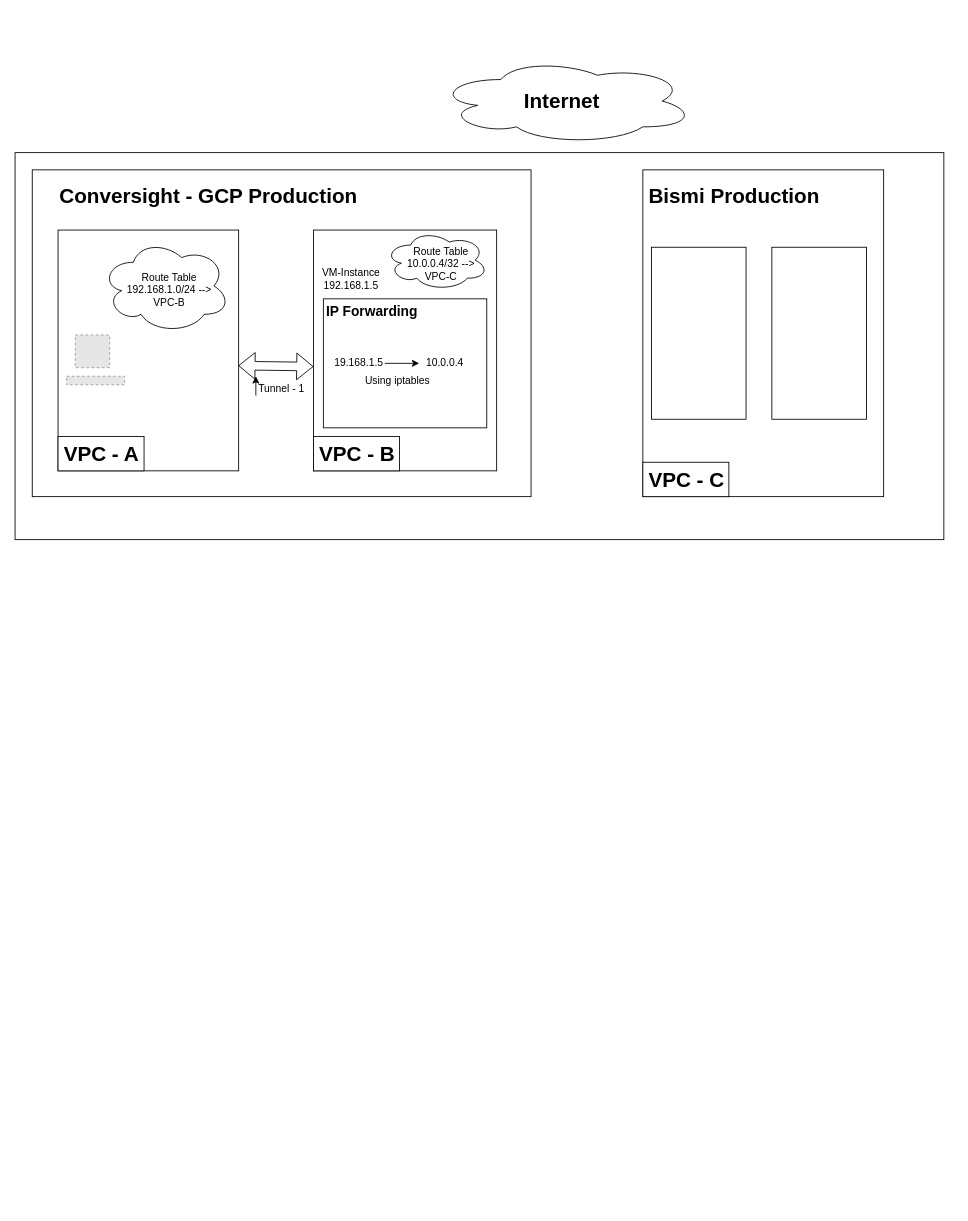
The draw.io diagram A-B-C Vpn Tunnel for GCP.drawio in mahesh-vijay/draw.io, before the edit. Source tidied: cells renumbered, new cells numbered last; positions are measured from the earlier drawing's top-left corner, leaving out a move shared by most shapes. Both pictures are drawn from the tidied source at 86%, with x=0, y=0 at pixel (15, 58). Pictures stored in the file or linked from it are replaced by grey dashed boxes.
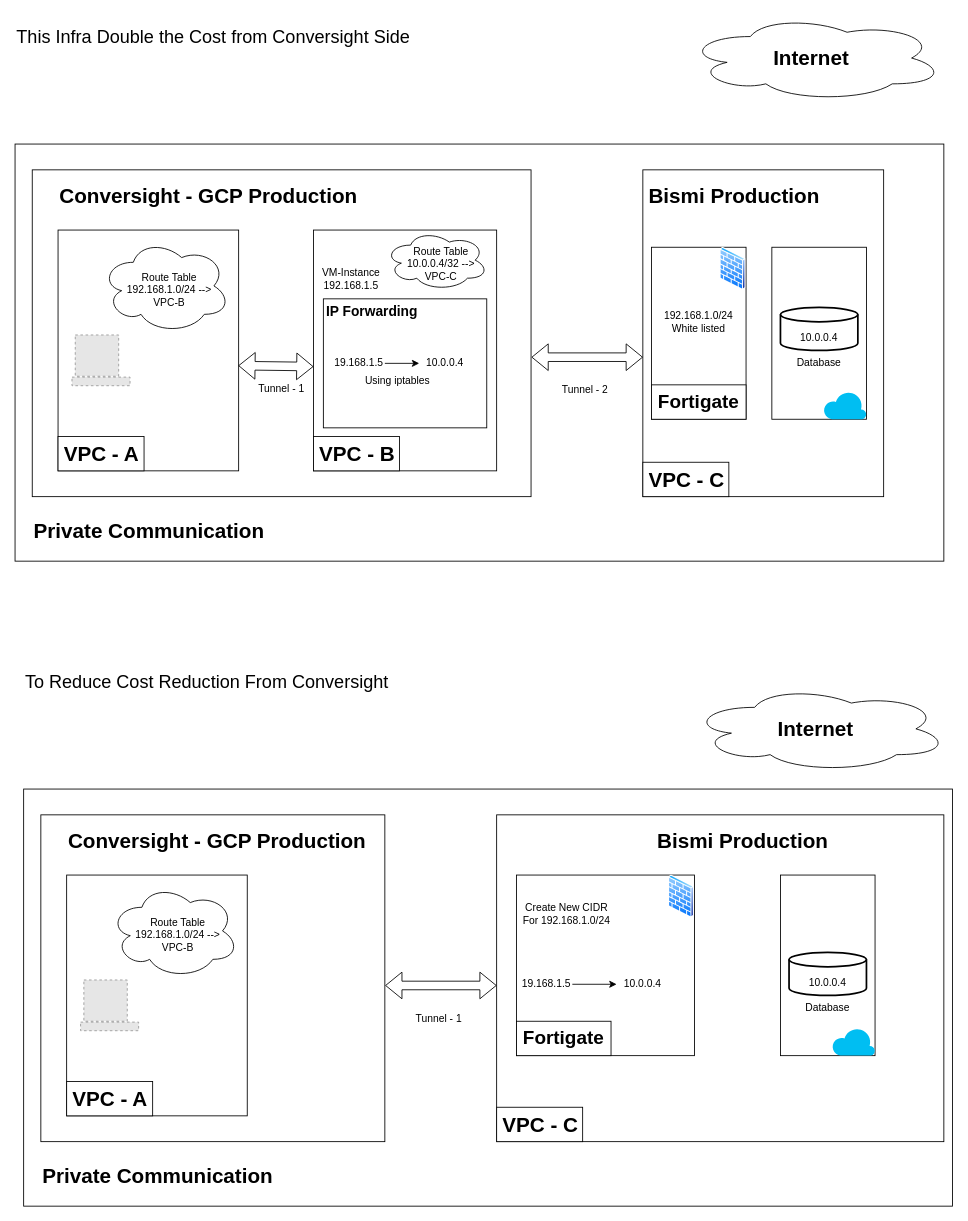
The same diagram, later.

Unchanged cells that the change refers to:
```xml
<mxCell id="26" value="Tunnel - 1" style="text;html=1;align=center;verticalAlign=middle;whiteSpace=wrap;rounded=0;" parent="1" vertex="1">
  <mxGeometry x="280" y="370" width="60" height="30" as="geometry" />
</mxCell>
```

What changed in the source:
```diff
@@
     <mxCell id="2" style="rounded=0;whiteSpace=wrap;html=1;" parent="1" vertex="1">
-      <mxGeometry y="110" width="1080" height="450" as="geometry" />
+      <mxGeometry y="100" width="1080" height="485" as="geometry" />
     </mxCell>
@@
     <mxCell id="17" style="fillColor=#E6E6E6;strokeColor=#999999;dashed=1;html=1;verticalLabelPosition=bottom;labelBackgroundColor=#ffffff;verticalAlign=top;fontColor=default;" parent="1" vertex="1">
-      <mxGeometry x="70" y="322" width="40" height="38" as="geometry" />
+      <mxGeometry x="70" y="322" width="50.5" height="48" as="geometry" />
     </mxCell>
     <mxCell id="18" style="fillColor=#E6E6E6;strokeColor=#999999;dashed=1;html=1;verticalLabelPosition=bottom;labelBackgroundColor=#ffffff;verticalAlign=top;fontColor=default;" parent="1" vertex="1">
-      <mxGeometry x="60" y="370" width="67.5" height="10" as="geometry" />
+      <mxGeometry x="66.2" y="371" width="67.5" height="10" as="geometry" />
     </mxCell>
@@
-    <mxCell id="27" style="edgeStyle=orthogonalEdgeStyle;rounded=0;orthogonalLoop=1;jettySize=auto;html=1;exitX=0;exitY=0.75;exitDx=0;exitDy=0;entryX=0;entryY=0;entryDx=0;entryDy=0;" parent="1" edge="1" source="26" target="26">
-      <mxGeometry relative="1" as="geometry" />
-    </mxCell>
     <mxCell id="28" style="ellipse;shape=cloud;whiteSpace=wrap;html=1;" parent="1" vertex="1">
-      <mxGeometry x="490" width="300" height="100" as="geometry" />
+      <mxGeometry x="780" y="-50" width="300" height="100" as="geometry" />
     </mxCell>
     <mxCell id="29" value="&lt;h1 style=&quot;margin-top: 0px;&quot;&gt;Internet&lt;/h1&gt;" style="text;html=1;whiteSpace=wrap;overflow=hidden;rounded=0;" parent="1" vertex="1">
-      <mxGeometry x="590" y="30" width="110" height="50" as="geometry" />
+      <mxGeometry x="880" y="-20" width="110" height="50" as="geometry" />
     </mxCell>
@@
+    <mxCell id="36" style="image;perimeter=ellipsePerimeter;html=1;align=center;shadow=0;dashed=0;spacingTop=3;image=img/lib/active_directory/firewall.svg;" parent="1" vertex="1">
+      <mxGeometry x="819.5" y="220" width="30.5" height="50" as="geometry" />
+    </mxCell>
+    <mxCell id="37" style="rounded=0;whiteSpace=wrap;html=1;" parent="1" vertex="1">
+      <mxGeometry x="740" y="380" width="110" height="40" as="geometry" />
+    </mxCell>
+    <mxCell id="38" value="&lt;h1 style=&quot;margin-top: 0px;&quot;&gt;Fortigate&lt;/h1&gt;" style="text;html=1;whiteSpace=wrap;overflow=hidden;rounded=0;fontSize=11;align=center;" parent="1" vertex="1">
+      <mxGeometry x="740" y="380" width="110" height="40" as="geometry" />
+    </mxCell>
+    <mxCell id="39" style="strokeWidth=2;html=1;shape=mxgraph.flowchart.database;whiteSpace=wrap;" parent="1" vertex="1">
+      <mxGeometry x="890" y="290" width="90" height="50" as="geometry" />
+    </mxCell>
+    <mxCell id="40" value="Database" style="text;html=1;align=center;verticalAlign=middle;whiteSpace=wrap;rounded=0;" parent="1" vertex="1">
+      <mxGeometry x="905" y="340" width="60" height="30" as="geometry" />
+    </mxCell>
+    <mxCell id="41" value="10.0.0.4" style="text;html=1;align=center;verticalAlign=middle;whiteSpace=wrap;rounded=0;" parent="1" vertex="1">
+      <mxGeometry x="905" y="310" width="60" height="30" as="geometry" />
+    </mxCell>
+    <mxCell id="42" value="192.168.1.0/24&lt;br&gt;White listed" style="text;html=1;align=center;verticalAlign=middle;whiteSpace=wrap;rounded=0;" parent="1" vertex="1">
+      <mxGeometry x="760" y="292" width="70" height="30" as="geometry" />
+    </mxCell>
+    <mxCell id="43" style="shape=flexArrow;endArrow=classic;startArrow=classic;html=1;rounded=0;entryX=0.676;entryY=0.511;entryDx=0;entryDy=0;entryPerimeter=0;exitX=0.556;exitY=0.511;exitDx=0;exitDy=0;exitPerimeter=0;" parent="1" edge="1" source="2" target="2">
+      <mxGeometry relative="1" as="geometry" />
+    </mxCell>
+    <mxCell id="44" value="Tunnel - 2" style="text;html=1;align=center;verticalAlign=middle;whiteSpace=wrap;rounded=0;" parent="1" vertex="1">
+      <mxGeometry x="633" y="371" width="60" height="30" as="geometry" />
+    </mxCell>
+    <mxCell id="45" value="&lt;h1 style=&quot;margin-top: 0px;&quot;&gt;Private Communication&lt;/h1&gt;" style="text;html=1;whiteSpace=wrap;overflow=hidden;rounded=0;" parent="1" vertex="1">
+      <mxGeometry x="20" y="530" width="290" height="40" as="geometry" />
+    </mxCell>
+    <mxCell id="46" style="rounded=0;whiteSpace=wrap;html=1;" parent="1" vertex="1">
+      <mxGeometry x="10" y="850" width="1080" height="485" as="geometry" />
+    </mxCell>
+    <mxCell id="47" style="rounded=0;whiteSpace=wrap;html=1;" parent="1" vertex="1">
+      <mxGeometry x="30" y="880" width="400" height="380" as="geometry" />
+    </mxCell>
+    <mxCell id="48" style="rounded=0;whiteSpace=wrap;html=1;" parent="1" vertex="1">
+      <mxGeometry x="560" y="880" width="520" height="380" as="geometry" />
+    </mxCell>
+    <mxCell id="49" style="rounded=0;whiteSpace=wrap;html=1;" parent="1" vertex="1">
+      <mxGeometry x="60" y="950" width="210" height="280" as="geometry" />
+    </mxCell>
+    <mxCell id="50" style="ellipse;shape=cloud;whiteSpace=wrap;html=1;" parent="1" vertex="1">
+      <mxGeometry x="110" y="960" width="150" height="110" as="geometry" />
+    </mxCell>
+    <mxCell id="51" style="fillColor=#E6E6E6;strokeColor=#999999;dashed=1;html=1;verticalLabelPosition=bottom;labelBackgroundColor=#ffffff;verticalAlign=top;fontColor=default;" parent="1" vertex="1">
+      <mxGeometry x="80" y="1072" width="50.5" height="48" as="geometry" />
+    </mxCell>
+    <mxCell id="52" style="fillColor=#E6E6E6;strokeColor=#999999;dashed=1;html=1;verticalLabelPosition=bottom;labelBackgroundColor=#ffffff;verticalAlign=top;fontColor=default;" parent="1" vertex="1">
+      <mxGeometry x="76.2" y="1121" width="67.5" height="10" as="geometry" />
+    </mxCell>
+    <mxCell id="53" style="rounded=0;whiteSpace=wrap;html=1;" parent="1" vertex="1">
+      <mxGeometry x="60" y="1190" width="100" height="40" as="geometry" />
+    </mxCell>
+    <mxCell id="54" value="&lt;h1 style=&quot;margin-top: 0px;&quot;&gt;VPC - A&lt;/h1&gt;" style="text;html=1;whiteSpace=wrap;overflow=hidden;rounded=0;" parent="1" vertex="1">
+      <mxGeometry x="65" y="1190" width="90" height="40" as="geometry" />
+    </mxCell>
+    <mxCell id="55" value="Route Table&lt;br&gt;192.168.1.0/24 --&amp;gt; VPC-B" style="text;html=1;align=center;verticalAlign=middle;whiteSpace=wrap;rounded=0;" parent="1" vertex="1">
+      <mxGeometry x="137.5" y="1000" width="102.5" height="40" as="geometry" />
+    </mxCell>
+    <mxCell id="56" style="ellipse;shape=cloud;whiteSpace=wrap;html=1;" parent="1" vertex="1">
+      <mxGeometry x="785" y="730" width="300" height="100" as="geometry" />
+    </mxCell>
+    <mxCell id="57" value="&lt;h1 style=&quot;margin-top: 0px;&quot;&gt;Internet&lt;/h1&gt;" style="text;html=1;whiteSpace=wrap;overflow=hidden;rounded=0;" parent="1" vertex="1">
+      <mxGeometry x="885" y="760" width="110" height="50" as="geometry" />
+    </mxCell>
+    <mxCell id="58" style="rounded=0;whiteSpace=wrap;html=1;" parent="1" vertex="1">
+      <mxGeometry x="560" y="1220" width="100" height="40" as="geometry" />
+    </mxCell>
+    <mxCell id="59" value="&lt;h1 style=&quot;margin-top: 0px;&quot;&gt;VPC - C&lt;/h1&gt;" style="text;html=1;whiteSpace=wrap;overflow=hidden;rounded=0;" parent="1" vertex="1">
+      <mxGeometry x="565" y="1220" width="90" height="40" as="geometry" />
+    </mxCell>
+    <mxCell id="60" value="&lt;h1 style=&quot;margin-top: 0px;&quot;&gt;Conversight - GCP Production&lt;/h1&gt;" style="text;html=1;whiteSpace=wrap;overflow=hidden;rounded=0;" parent="1" vertex="1">
+      <mxGeometry x="60" y="890" width="410" height="40" as="geometry" />
+    </mxCell>
+    <mxCell id="61" value="&lt;h1 style=&quot;margin-top: 0px;&quot;&gt;Bismi Production&lt;/h1&gt;" style="text;html=1;whiteSpace=wrap;overflow=hidden;rounded=0;" parent="1" vertex="1">
+      <mxGeometry x="745" y="890" width="205" height="40" as="geometry" />
+    </mxCell>
+    <mxCell id="62" style="rounded=0;whiteSpace=wrap;html=1;" parent="1" vertex="1">
+      <mxGeometry x="583" y="950" width="207" height="210" as="geometry" />
+    </mxCell>
+    <mxCell id="63" style="rounded=0;whiteSpace=wrap;html=1;" parent="1" vertex="1">
+      <mxGeometry x="890" y="950" width="110" height="210" as="geometry" />
+    </mxCell>
+    <mxCell id="64" style="image;perimeter=ellipsePerimeter;html=1;align=center;shadow=0;dashed=0;spacingTop=3;image=img/lib/active_directory/firewall.svg;" parent="1" vertex="1">
+      <mxGeometry x="759.5" y="950" width="30.5" height="50" as="geometry" />
+    </mxCell>
+    <mxCell id="65" style="rounded=0;whiteSpace=wrap;html=1;" parent="1" vertex="1">
+      <mxGeometry x="583" y="1120" width="110" height="40" as="geometry" />
+    </mxCell>
+    <mxCell id="66" value="&lt;h1 style=&quot;margin-top: 0px;&quot;&gt;Fortigate&lt;/h1&gt;" style="text;html=1;whiteSpace=wrap;overflow=hidden;rounded=0;fontSize=11;align=center;" parent="1" vertex="1">
+      <mxGeometry x="583" y="1120" width="110" height="40" as="geometry" />
+    </mxCell>
+    <mxCell id="67" style="strokeWidth=2;html=1;shape=mxgraph.flowchart.database;whiteSpace=wrap;" parent="1" vertex="1">
+      <mxGeometry x="900" y="1040" width="90" height="50" as="geometry" />
+    </mxCell>
+    <mxCell id="68" value="Database" style="text;html=1;align=center;verticalAlign=middle;whiteSpace=wrap;rounded=0;" parent="1" vertex="1">
+      <mxGeometry x="915" y="1090" width="60" height="30" as="geometry" />
+    </mxCell>
+    <mxCell id="69" value="10.0.0.4" style="text;html=1;align=center;verticalAlign=middle;whiteSpace=wrap;rounded=0;" parent="1" vertex="1">
+      <mxGeometry x="915" y="1060" width="60" height="30" as="geometry" />
+    </mxCell>
+    <mxCell id="70" value="Create New CIDR For 192.168.1.0/24" style="text;html=1;align=center;verticalAlign=middle;whiteSpace=wrap;rounded=0;" parent="1" vertex="1">
+      <mxGeometry x="588" y="980" width="107" height="30" as="geometry" />
+    </mxCell>
+    <mxCell id="71" style="shape=flexArrow;endArrow=classic;startArrow=classic;html=1;rounded=0;entryX=0.676;entryY=0.511;entryDx=0;entryDy=0;entryPerimeter=0;exitX=0.556;exitY=0.511;exitDx=0;exitDy=0;exitPerimeter=0;" parent="1" edge="1">
+      <mxGeometry relative="1" as="geometry">
+        <mxPoint x="430.4" y="1078.4" as="sourcePoint" />
+        <mxPoint x="560" y="1078.4" as="targetPoint" />
+      </mxGeometry>
+    </mxCell>
+    <mxCell id="72" value="Tunnel - 1" style="text;html=1;align=center;verticalAlign=middle;whiteSpace=wrap;rounded=0;" parent="1" vertex="1">
+      <mxGeometry x="462.9" y="1101.6" width="60" height="30" as="geometry" />
+    </mxCell>
+    <mxCell id="73" value="&lt;h1 style=&quot;margin-top: 0px;&quot;&gt;Private Communication&lt;/h1&gt;" style="text;html=1;whiteSpace=wrap;overflow=hidden;rounded=0;" parent="1" vertex="1">
+      <mxGeometry x="30" y="1280" width="290" height="40" as="geometry" />
+    </mxCell>
+    <mxCell id="74" value="19.168.1.5" style="text;html=1;align=center;verticalAlign=middle;whiteSpace=wrap;rounded=0;" parent="1" vertex="1">
+      <mxGeometry x="588" y="1062" width="60" height="30" as="geometry" />
+    </mxCell>
+    <mxCell id="75" value="10.0.0.4" style="text;html=1;align=center;verticalAlign=middle;whiteSpace=wrap;rounded=0;" parent="1" vertex="1">
+      <mxGeometry x="699.5" y="1062" width="60" height="30" as="geometry" />
+    </mxCell>
+    <mxCell id="76" style="endArrow=classic;html=1;rounded=0;entryX=0;entryY=0.5;entryDx=0;entryDy=0;exitX=1;exitY=0.5;exitDx=0;exitDy=0;" parent="1" edge="1" source="74" target="75">
+      <mxGeometry relative="1" as="geometry" />
+    </mxCell>
+    <mxCell id="77" style="verticalLabelPosition=bottom;html=1;verticalAlign=top;align=center;strokeColor=none;fillColor=#00BEF2;shape=mxgraph.azure.cloud;" parent="1" vertex="1">
+      <mxGeometry x="950" y="1127.5" width="50" height="32.5" as="geometry" />
+    </mxCell>
+    <mxCell id="78" style="verticalLabelPosition=bottom;html=1;verticalAlign=top;align=center;strokeColor=none;fillColor=#00BEF2;shape=mxgraph.azure.cloud;" parent="1" vertex="1">
+      <mxGeometry x="940" y="387.5" width="50" height="32.5" as="geometry" />
+    </mxCell>
+    <mxCell id="79" value="&lt;font style=&quot;font-size: 21px;&quot;&gt;To Reduce Cost Reduction From Conversight&lt;/font&gt;" style="text;html=1;align=left;verticalAlign=middle;whiteSpace=wrap;rounded=0;" parent="1" vertex="1">
+      <mxGeometry x="10" y="700" width="500" height="50" as="geometry" />
+    </mxCell>
+    <mxCell id="80" value="&lt;font style=&quot;font-size: 21px;&quot;&gt;This Infra Double the Cost from Conversight Side&lt;/font&gt;" style="text;html=1;align=left;verticalAlign=middle;whiteSpace=wrap;rounded=0;" parent="1" vertex="1">
+      <mxGeometry y="-50" width="500" height="50" as="geometry" />
+    </mxCell>
```
